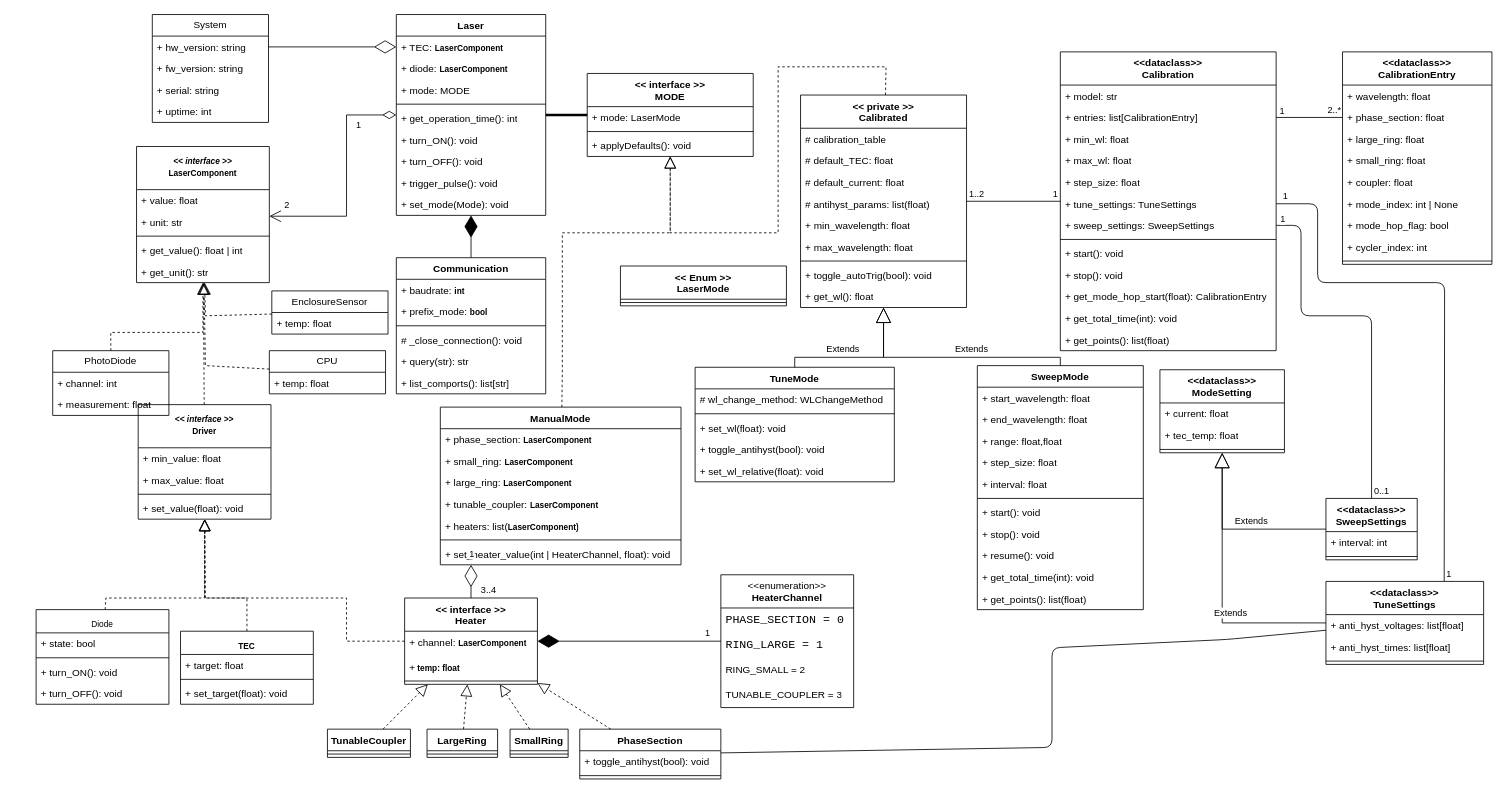
The draw.io diagram docs/assets/diagrams/Class_diagram.drawio in ChilasLasers/PyChilasLasers, before the edit. Source tidied: cells renumbered, new cells numbered last; positions are measured from the earlier drawing's top-left corner, leaving out a move shared by most shapes. Both pictures are drawn from the tidied source at 83%, with x=0, y=0 at pixel (36, 14).
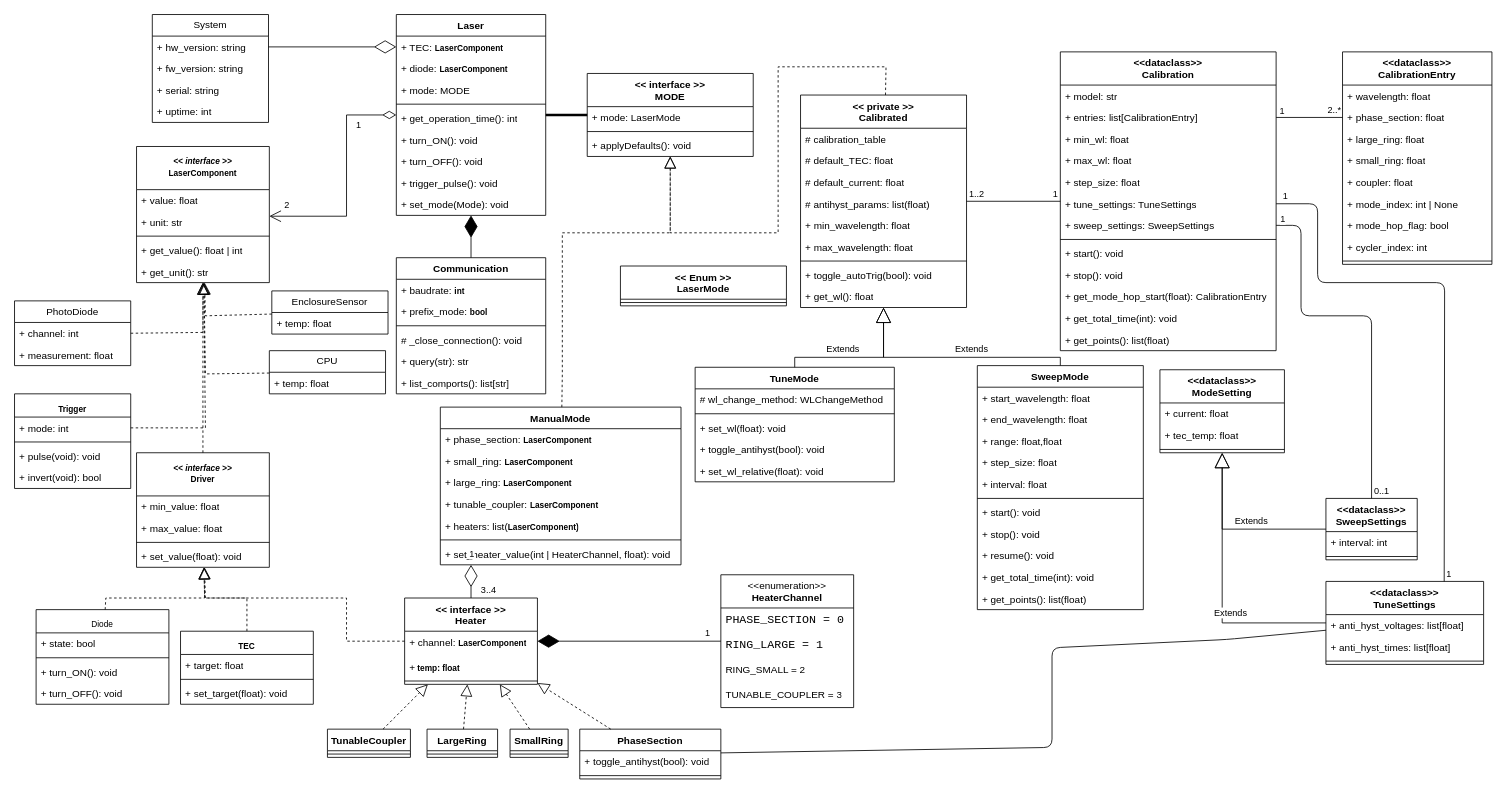
Above is the later version.

Commit message (it also covers changes not shown here):
feat: implement Trigger class with new fw functions

The change refers to these unchanged cells:
```xml
<mxCell id="54" value="&lt;p style=&quot;margin:0px;margin-top:4px;text-align:center;&quot;&gt;&lt;font style=&quot;font-size: 10px;&quot;&gt;&lt;i&gt;&amp;lt;&amp;lt; interface &amp;gt;&amp;gt;&lt;/i&gt;&lt;br&gt;LaserComponent&lt;/font&gt;&lt;/p&gt;" style="swimlane;fontStyle=1;align=center;verticalAlign=top;horizontal=1;startSize=52;whiteSpace=wrap;html=1;" parent="1" vertex="1">
  <mxGeometry x="121" y="159" width="160" height="164" as="geometry" />
</mxCell>
<mxCell id="178" value="+ channel: int" style="text;strokeColor=none;fillColor=none;align=left;verticalAlign=top;spacingLeft=4;spacingRight=4;overflow=hidden;points=[[0,0.5],[1,0.5]];portConstraint=eastwest;whiteSpace=wrap;html=1;" parent="177" vertex="1">
  <mxGeometry y="26" width="140" height="26" as="geometry" />
</mxCell>
<mxCell id="183" value="CPU" style="swimlane;fontStyle=0;horizontal=1;startSize=26;fillColor=none;whiteSpace=wrap;html=1;" parent="1" vertex="1">
  <mxGeometry x="281" y="405" width="140" height="52" as="geometry" />
</mxCell>
```

What changed in the source:
```diff
@@
     <mxCell id="169" value="&lt;p style=&quot;margin:0px;margin-top:4px;text-align:center;&quot;&gt;&lt;font style=&quot;font-size: 10px;&quot;&gt;&lt;i&gt;&amp;lt;&amp;lt; interface &amp;gt;&amp;gt;&lt;/i&gt;&lt;br&gt;Driver&lt;/font&gt;&lt;/p&gt;" style="swimlane;fontStyle=1;align=center;verticalAlign=top;horizontal=1;startSize=52;whiteSpace=wrap;html=1;" parent="1" vertex="1">
-      <mxGeometry x="123" y="470" width="160" height="138" as="geometry" />
+      <mxGeometry x="121" y="528" width="160" height="138" as="geometry" />
     </mxCell>
@@
     <mxCell id="177" value="PhotoDiode" style="swimlane;fontStyle=0;horizontal=1;startSize=26;fillColor=none;whiteSpace=wrap;html=1;" parent="1" vertex="1">
-      <mxGeometry x="20" y="405" width="140" height="78" as="geometry" />
+      <mxGeometry x="-26" y="345" width="140" height="78" as="geometry" />
     </mxCell>
@@
-    <mxCell id="182" style="endArrow=block;dashed=1;endFill=0;endSize=12;html=1;rounded=0;" parent="1" edge="1" source="177" target="54">
+    <mxCell id="182" style="endArrow=block;dashed=1;endFill=0;endSize=12;html=1;rounded=0;exitX=1;exitY=0.5;exitDx=0;exitDy=0;" parent="1" edge="1" source="178" target="54">
       <mxGeometry relative="1" as="geometry">
         <Array as="points">
-          <mxPoint x="90" y="383" />
           <mxPoint x="201" y="383" />
         </Array>
       </mxGeometry>
     </mxCell>
@@
     <mxCell id="185" style="endArrow=block;dashed=1;endFill=0;endSize=12;html=1;rounded=0;" parent="1" edge="1" source="183" target="54">
       <mxGeometry relative="1" as="geometry">
         <Array as="points">
-          <mxPoint x="204" y="423" />
+          <mxPoint x="204" y="433" />
         </Array>
       </mxGeometry>
     </mxCell>
+    <mxCell id="186" value="&lt;p style=&quot;margin:0px;margin-top:4px;text-align:center;&quot;&gt;&lt;span style=&quot;font-size: 10px;&quot;&gt;Trigger&lt;/span&gt;&lt;/p&gt;" style="swimlane;fontStyle=1;align=center;verticalAlign=top;horizontal=1;startSize=28;whiteSpace=wrap;html=1;" parent="1" vertex="1">
+      <mxGeometry x="-26" y="457" width="140" height="114" as="geometry" />
+    </mxCell>
+    <mxCell id="187" value="+ mode: int" style="text;strokeColor=none;fillColor=none;align=left;verticalAlign=top;spacingLeft=4;spacingRight=4;overflow=hidden;points=[[0,0.5],[1,0.5]];portConstraint=eastwest;whiteSpace=wrap;html=1;" parent="186" vertex="1">
+      <mxGeometry y="28" width="140" height="26" as="geometry" />
+    </mxCell>
+    <mxCell id="188" style="line;strokeWidth=1;fillColor=none;align=left;verticalAlign=middle;spacingTop=-1;spacingLeft=3;spacingRight=3;labelPosition=right;strokeColor=inherit;" parent="186" vertex="1">
+      <mxGeometry y="54" width="140" height="8" as="geometry" />
+    </mxCell>
+    <mxCell id="189" value="+ pulse(void): void" style="text;strokeColor=none;fillColor=none;align=left;verticalAlign=top;spacingLeft=4;spacingRight=4;overflow=hidden;whiteSpace=wrap;html=1;" parent="186" vertex="1">
+      <mxGeometry y="62" width="140" height="26" as="geometry" />
+    </mxCell>
+    <mxCell id="190" value="+ invert(void): bool" style="text;strokeColor=none;fillColor=none;align=left;verticalAlign=top;spacingLeft=4;spacingRight=4;overflow=hidden;whiteSpace=wrap;html=1;" parent="186" vertex="1">
+      <mxGeometry y="88" width="140" height="26" as="geometry" />
+    </mxCell>
+    <mxCell id="191" style="endArrow=block;dashed=1;endFill=0;endSize=12;html=1;rounded=0;exitX=1;exitY=0.5;exitDx=0;exitDy=0;" parent="1" edge="1" source="187" target="54">
+      <mxGeometry relative="1" as="geometry">
+        <Array as="points">
+          <mxPoint x="204" y="498" />
+        </Array>
+      </mxGeometry>
+    </mxCell>
```
